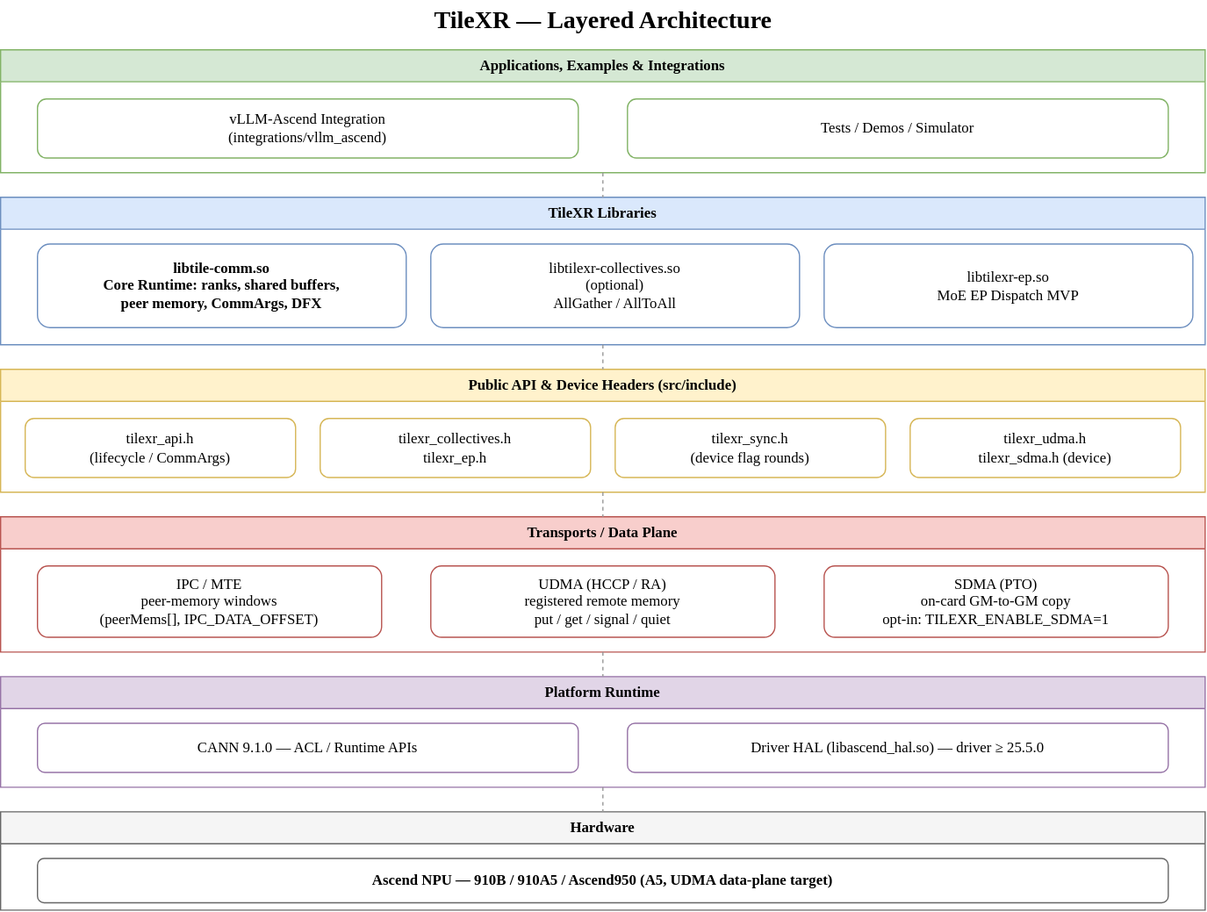
LingquLab/TileXR keeps this draw.io diagram as docs/diagrams/architecture-overview.drawio.svg. Above is the earlier version. Source tidied: cells renumbered, new cells last; positions are measured from the earlier drawing's top-left corner, leaving out a move shared by most shapes.
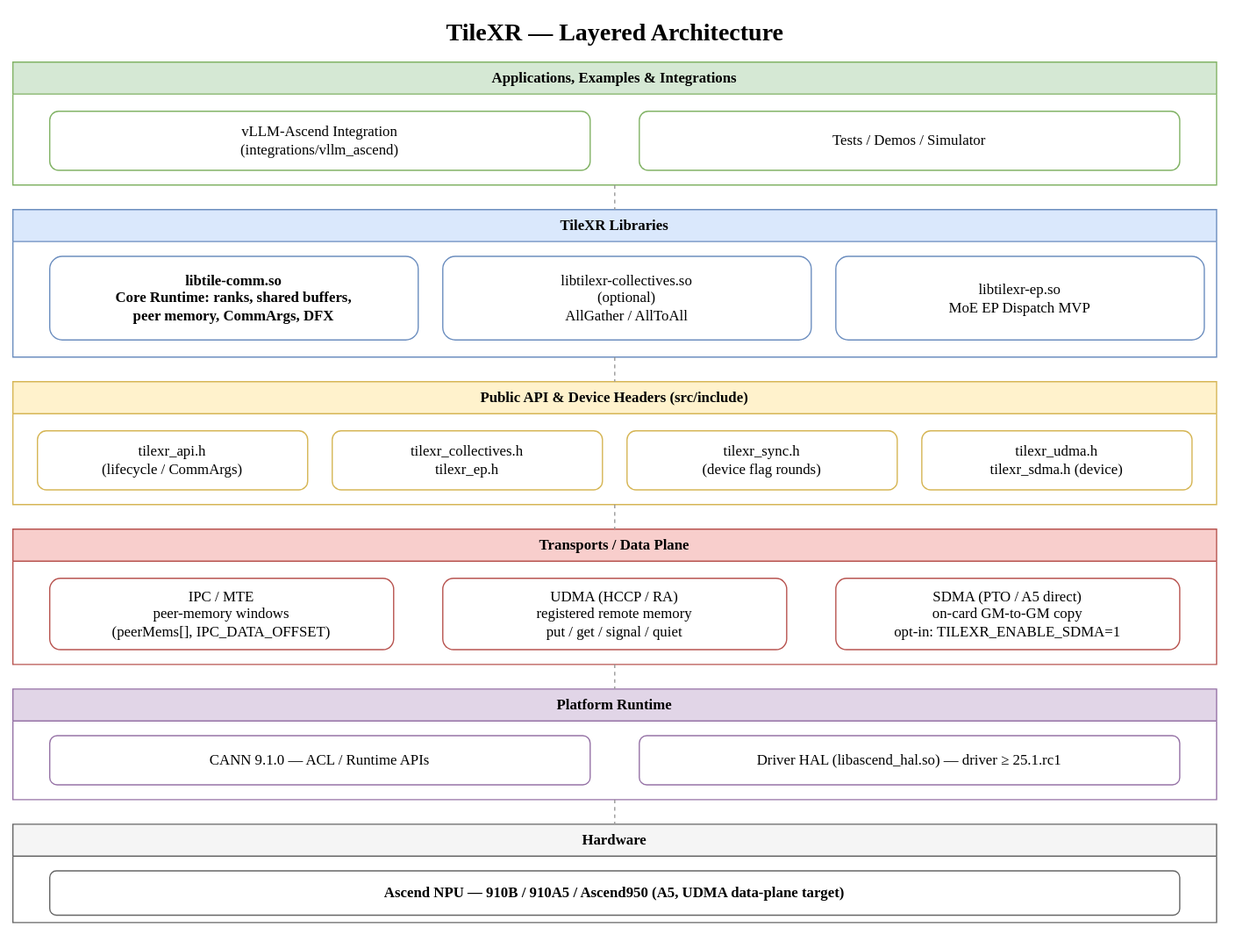
After the change.

Diff of the diagram source:
```diff
@@ -50,7 +50,7 @@
     <mxCell id="17" value="UDMA (HCCP / RA)&#10;registered remote memory&#10;put / get / signal / quiet" style="rounded=1;whiteSpace=wrap;fillColor=#ffffff;strokeColor=#b85450;fontFamily=Comic Sans MS;" parent="15" vertex="1">
       <mxGeometry x="350" y="40" width="280" height="58" as="geometry" />
     </mxCell>
-    <mxCell id="18" value="SDMA (PTO)&#10;on-card GM-to-GM copy&#10;opt-in: TILEXR_ENABLE_SDMA=1" style="rounded=1;whiteSpace=wrap;fillColor=#ffffff;strokeColor=#b85450;fontFamily=Comic Sans MS;" parent="15" vertex="1">
+    <mxCell id="18" value="SDMA (PTO / A5 direct)&#10;on-card GM-to-GM copy&#10;opt-in: TILEXR_ENABLE_SDMA=1" style="rounded=1;whiteSpace=wrap;fillColor=#ffffff;strokeColor=#b85450;fontFamily=Comic Sans MS;" parent="15" vertex="1">
       <mxGeometry x="670" y="40" width="280" height="58" as="geometry" />
     </mxCell>
     <mxCell id="19" value="Platform Runtime" style="swimlane;startSize=26;fillColor=#e1d5e7;strokeColor=#9673a6;fontStyle=1;whiteSpace=wrap;fontFamily=Comic Sans MS;" parent="1" vertex="1">
@@ -59,7 +59,7 @@
     <mxCell id="20" value="CANN 9.1.0 — ACL / Runtime APIs" style="rounded=1;whiteSpace=wrap;fillColor=#ffffff;strokeColor=#9673a6;fontFamily=Comic Sans MS;" parent="19" vertex="1">
       <mxGeometry x="30" y="38" width="440" height="40" as="geometry" />
     </mxCell>
-    <mxCell id="21" value="Driver HAL (libascend_hal.so) — driver ≥ 25.5.0" style="rounded=1;whiteSpace=wrap;fillColor=#ffffff;strokeColor=#9673a6;fontFamily=Comic Sans MS;" parent="19" vertex="1">
+    <mxCell id="21" value="Driver HAL (libascend_hal.so) — driver ≥ 25.1.rc1" style="rounded=1;whiteSpace=wrap;fillColor=#ffffff;strokeColor=#9673a6;fontFamily=Comic Sans MS;" parent="19" vertex="1">
       <mxGeometry x="510" y="38" width="440" height="40" as="geometry" />
     </mxCell>
     <mxCell id="22" value="Hardware" style="swimlane;startSize=26;fillColor=#f5f5f5;strokeColor=#666666;fontStyle=1;whiteSpace=wrap;fontFamily=Comic Sans MS;" parent="1" vertex="1">
```
